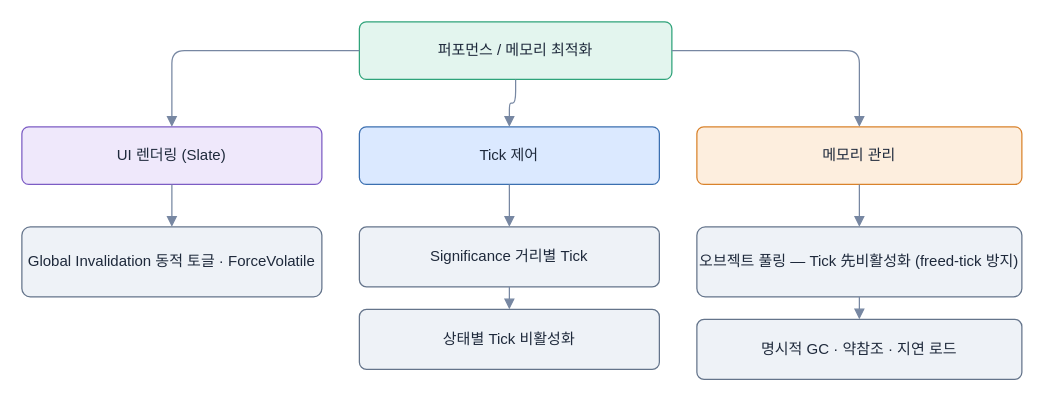
LimHyun-ji/LimHyun-ji.github.io keeps this draw.io diagram as diagrams/optimization-map.drawio. Above is the earlier version. Source tidied: cells renumbered, new cells numbered last; positions are measured from the earlier drawing's top-left corner, leaving out a move shared by most shapes. Both pictures are drawn from the tidied source at 125%, with x=0, y=0 at pixel (21, 21).
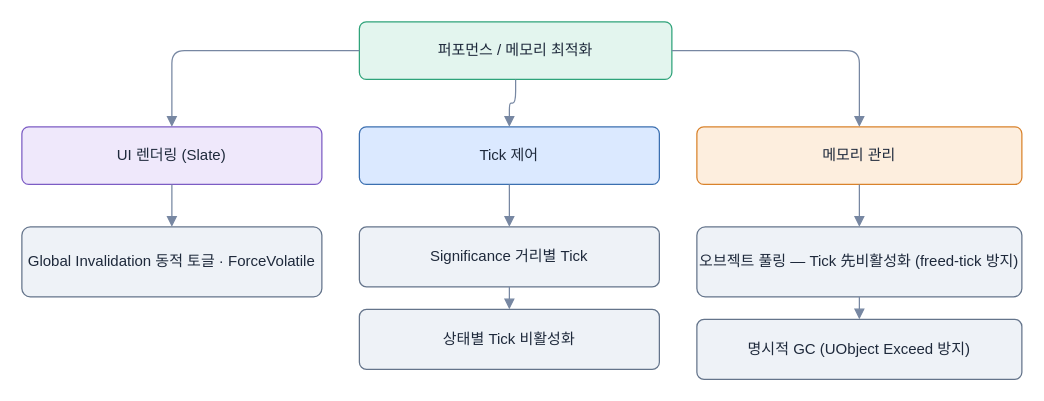
After the change.

Change to the diagram source:
```diff
@@
 <mxGraphModel>
   <root>
     <mxCell id="0" />
     <mxCell id="1" parent="0" />
     <mxCell id="2" value="퍼포먼스 / 메모리 최적화" style="rounded=1;whiteSpace=wrap;html=1;fillColor=#e3f5ee;strokeColor=#2fa37a;fontColor=#1e293b;fontSize=12;arcSize=12;" parent="1" vertex="1">
       <mxGeometry x="270" width="250" height="46" as="geometry" />
     </mxCell>
     <mxCell id="3" value="UI 렌더링 (Slate)" style="rounded=1;whiteSpace=wrap;html=1;fillColor=#efe8fb;strokeColor=#7c5cc4;fontColor=#1e293b;fontSize=12;arcSize=12;" parent="1" vertex="1">
       <mxGeometry y="84" width="240" height="46" as="geometry" />
     </mxCell>
     <mxCell id="4" value="Tick 제어" style="rounded=1;whiteSpace=wrap;html=1;fillColor=#dbe9ff;strokeColor=#3b6fb0;fontColor=#1e293b;fontSize=12;arcSize=12;" parent="1" vertex="1">
       <mxGeometry x="270" y="84" width="240" height="46" as="geometry" />
     </mxCell>
     <mxCell id="5" value="메모리 관리" style="rounded=1;whiteSpace=wrap;html=1;fillColor=#fdeede;strokeColor=#d9822b;fontColor=#1e293b;fontSize=12;arcSize=12;" parent="1" vertex="1">
       <mxGeometry x="540" y="84" width="260" height="46" as="geometry" />
     </mxCell>
     <mxCell id="6" value="Global Invalidation 동적 토글 · ForceVolatile" style="rounded=1;whiteSpace=wrap;html=1;fillColor=#eef2f7;strokeColor=#64748b;fontColor=#1e293b;fontSize=12;arcSize=12;" parent="1" vertex="1">
       <mxGeometry y="164" width="240" height="56" as="geometry" />
     </mxCell>
     <mxCell id="7" value="Significance 거리별 Tick" style="rounded=1;whiteSpace=wrap;html=1;fillColor=#eef2f7;strokeColor=#64748b;fontColor=#1e293b;fontSize=12;arcSize=12;" parent="1" vertex="1">
       <mxGeometry x="270" y="164" width="240" height="48" as="geometry" />
     </mxCell>
     <mxCell id="8" value="상태별 Tick 비활성화" style="rounded=1;whiteSpace=wrap;html=1;fillColor=#eef2f7;strokeColor=#64748b;fontColor=#1e293b;fontSize=12;arcSize=12;" parent="1" vertex="1">
       <mxGeometry x="270" y="230" width="240" height="48" as="geometry" />
     </mxCell>
     <mxCell id="9" value="오브젝트 풀링 — Tick 先비활성화&amp;#10;(freed-tick 방지)" style="rounded=1;whiteSpace=wrap;html=1;fillColor=#eef2f7;strokeColor=#64748b;fontColor=#1e293b;fontSize=12;arcSize=12;" parent="1" vertex="1">
       <mxGeometry x="540" y="164" width="260" height="56" as="geometry" />
     </mxCell>
-    <mxCell id="10" value="명시적 GC · 약참조 · 지연 로드" style="rounded=1;whiteSpace=wrap;html=1;fillColor=#eef2f7;strokeColor=#64748b;fontColor=#1e293b;fontSize=12;arcSize=12;" parent="1" vertex="1">
+    <mxCell id="10" value="명시적 GC (UObject Exceed 방지)" style="rounded=1;whiteSpace=wrap;html=1;fillColor=#eef2f7;strokeColor=#64748b;fontColor=#1e293b;fontSize=12;arcSize=12;" parent="1" vertex="1">
       <mxGeometry x="540" y="238" width="260" height="48" as="geometry" />
     </mxCell>
     <mxCell id="11" style="edgeStyle=orthogonalEdgeStyle;rounded=1;html=1;endArrow=block;strokeColor=#7787a2;fontSize=10;fontColor=#475569;" parent="1" edge="1" source="2" target="3">
       <mxGeometry relative="1" as="geometry" />
     </mxCell>
     <mxCell id="12" style="edgeStyle=orthogonalEdgeStyle;rounded=1;html=1;endArrow=block;strokeColor=#7787a2;fontSize=10;fontColor=#475569;" parent="1" edge="1" source="2" target="4">
       <mxGeometry relative="1" as="geometry" />
     </mxCell>
     <mxCell id="13" style="edgeStyle=orthogonalEdgeStyle;rounded=1;html=1;endArrow=block;strokeColor=#7787a2;fontSize=10;fontColor=#475569;" parent="1" edge="1" source="2" target="5">
       <mxGeometry relative="1" as="geometry" />
     </mxCell>
     <mxCell id="14" style="edgeStyle=orthogonalEdgeStyle;rounded=1;html=1;endArrow=block;strokeColor=#7787a2;fontSize=10;fontColor=#475569;" parent="1" edge="1" source="3" target="6">
       <mxGeometry relative="1" as="geometry" />
     </mxCell>
     <mxCell id="15" style="edgeStyle=orthogonalEdgeStyle;rounded=1;html=1;endArrow=block;strokeColor=#7787a2;fontSize=10;fontColor=#475569;" parent="1" edge="1" source="4" target="7">
       <mxGeometry relative="1" as="geometry" />
     </mxCell>
     <mxCell id="16" style="edgeStyle=orthogonalEdgeStyle;rounded=1;html=1;endArrow=block;strokeColor=#7787a2;fontSize=10;fontColor=#475569;" parent="1" edge="1" source="7" target="8">
       <mxGeometry relative="1" as="geometry" />
     </mxCell>
     <mxCell id="17" style="edgeStyle=orthogonalEdgeStyle;rounded=1;html=1;endArrow=block;strokeColor=#7787a2;fontSize=10;fontColor=#475569;" parent="1" edge="1" source="5" target="9">
       <mxGeometry relative="1" as="geometry" />
     </mxCell>
     <mxCell id="18" style="edgeStyle=orthogonalEdgeStyle;rounded=1;html=1;endArrow=block;strokeColor=#7787a2;fontSize=10;fontColor=#475569;" parent="1" edge="1" source="9" target="10">
       <mxGeometry relative="1" as="geometry" />
     </mxCell>
   </root>
 </mxGraphModel>
```
